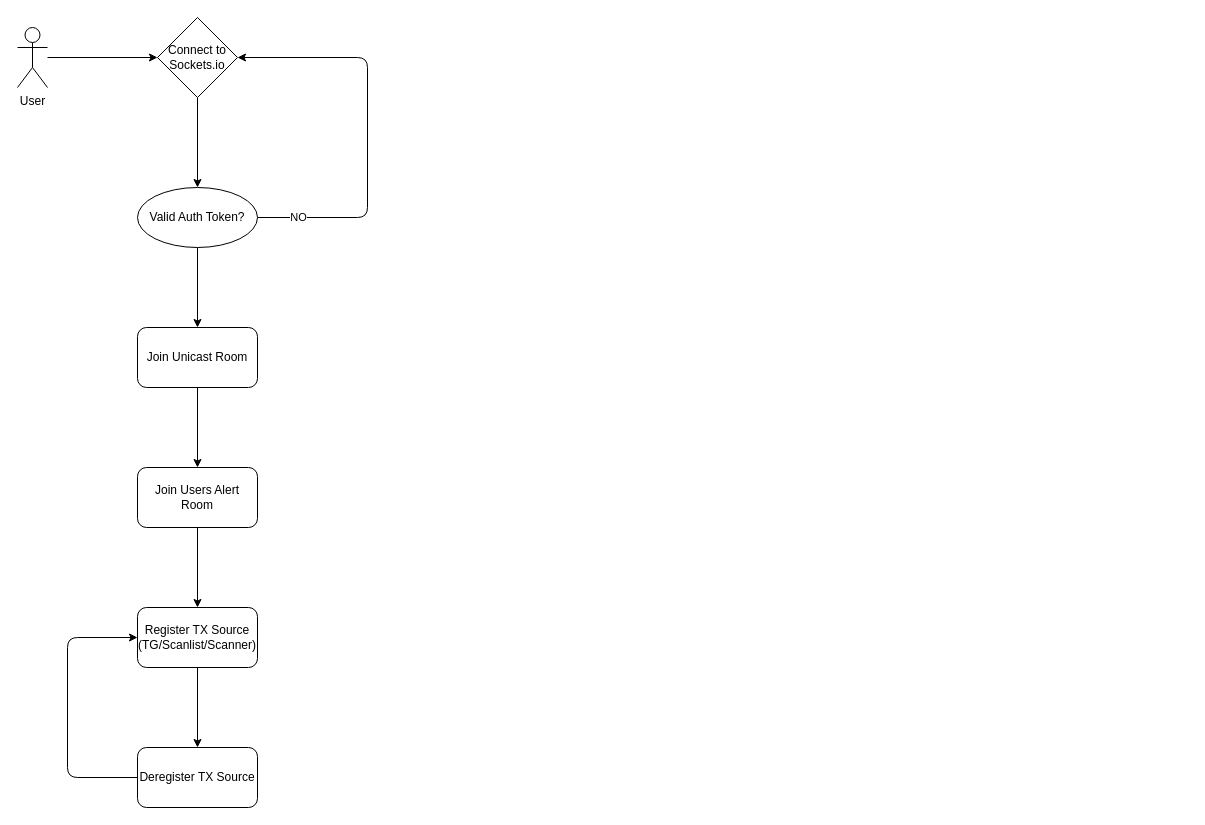
Above: TrunkPlayerNG-Sockets.drawio in Trunk-Player/Trunk-PlayerNG-Backend (draw.io), before the change. Source tidied: cells renumbered, new cells numbered last; positions are measured from the earlier drawing's top-left corner, leaving out a move shared by most shapes. Both pictures are drawn from the tidied source at 100%, with x=0, y=0 at pixel (17, 17).
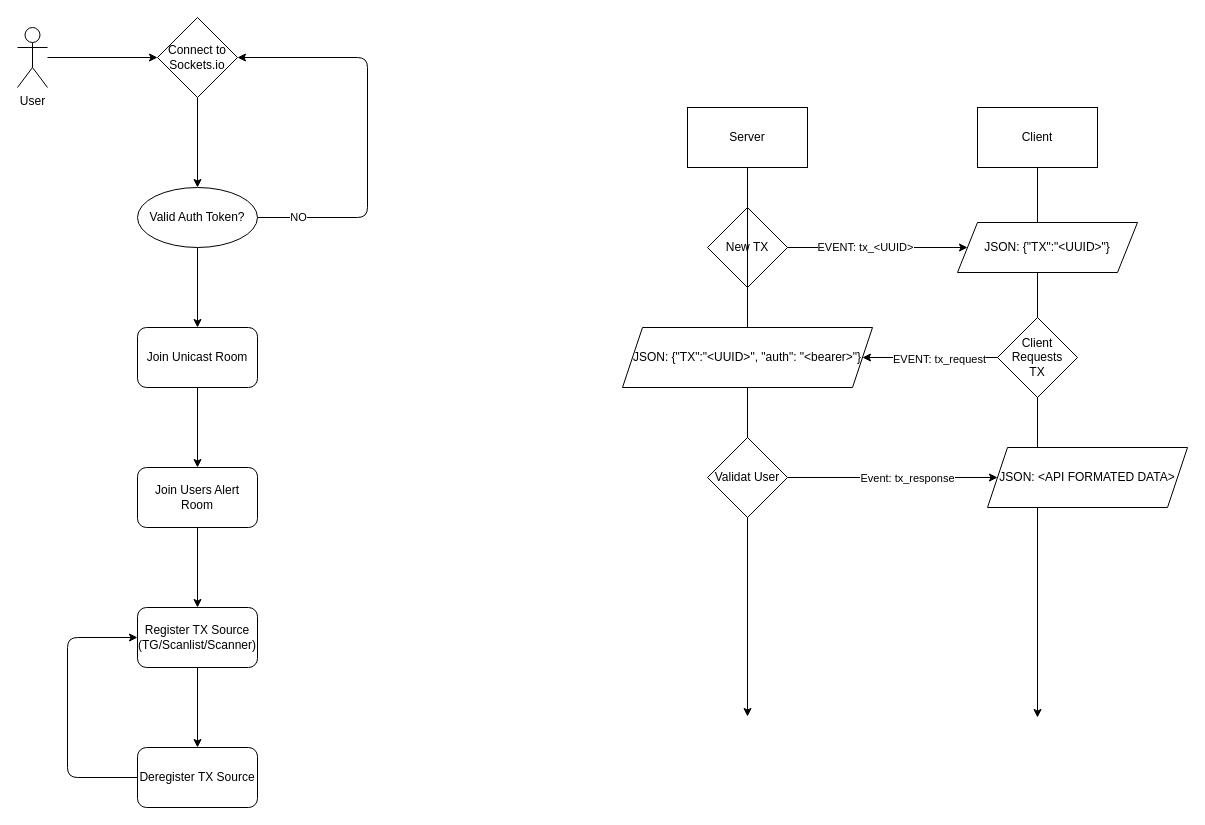
The same diagram, later.

Change to the diagram source:
```diff
@@
+    <mxCell id="18" style="rounded=0;whiteSpace=wrap;html=1;" parent="1" vertex="1">
+      <mxGeometry x="670" y="90" width="120" height="60" as="geometry" />
+    </mxCell>
+    <mxCell id="19" style="edgeStyle=none;html=1;startArrow=none;" parent="1" edge="1" source="30">
+      <mxGeometry relative="1" as="geometry">
+        <mxPoint x="730" y="699" as="targetPoint" />
+      </mxGeometry>
+    </mxCell>
+    <mxCell id="20" value="Server" style="rounded=0;whiteSpace=wrap;html=1;" parent="1" vertex="1">
+      <mxGeometry x="670" y="90" width="120" height="60" as="geometry" />
+    </mxCell>
+    <mxCell id="21" style="edgeStyle=none;html=1;" parent="1" edge="1" source="22">
+      <mxGeometry relative="1" as="geometry">
+        <mxPoint x="1020" y="700" as="targetPoint" />
+      </mxGeometry>
+    </mxCell>
+    <mxCell id="22" value="Client" style="rounded=0;whiteSpace=wrap;html=1;" parent="1" vertex="1">
+      <mxGeometry x="960" y="90" width="120" height="60" as="geometry" />
+    </mxCell>
+    <mxCell id="23" style="edgeStyle=none;html=1;entryX=0;entryY=0.5;entryDx=0;entryDy=0;" parent="1" edge="1" source="25" target="26">
+      <mxGeometry relative="1" as="geometry" />
+    </mxCell>
+    <mxCell id="24" value="EVENT: tx_&amp;lt;UUID&amp;gt;" style="edgeLabel;html=1;align=center;verticalAlign=middle;" parent="23" vertex="1">
+      <mxGeometry x="-0.15" y="1" relative="1" as="geometry" />
+    </mxCell>
+    <mxCell id="25" value="New TX" style="rhombus;whiteSpace=wrap;html=1;" parent="1" vertex="1">
+      <mxGeometry x="690" y="190" width="80" height="80" as="geometry" />
+    </mxCell>
+    <mxCell id="26" value="JSON: {&quot;TX&quot;:&quot;&amp;lt;UUID&amp;gt;&quot;}" style="shape=parallelogram;perimeter=parallelogramPerimeter;whiteSpace=wrap;html=1;fixedSize=1;" parent="1" vertex="1">
+      <mxGeometry x="940" y="205" width="180" height="50" as="geometry" />
+    </mxCell>
+    <mxCell id="27" style="edgeStyle=none;html=1;entryX=1;entryY=0.5;entryDx=0;entryDy=0;" parent="1" edge="1" source="29" target="30">
+      <mxGeometry relative="1" as="geometry" />
+    </mxCell>
+    <mxCell id="28" value="EVENT: tx_request" style="edgeLabel;html=1;align=center;verticalAlign=middle;" parent="27" vertex="1">
+      <mxGeometry x="-0.12" y="1" relative="1" as="geometry" />
+    </mxCell>
+    <mxCell id="29" value="Client&lt;br&gt;Requests&lt;br&gt;TX" style="rhombus;whiteSpace=wrap;html=1;" parent="1" vertex="1">
+      <mxGeometry x="980" y="300" width="80" height="80" as="geometry" />
+    </mxCell>
+    <mxCell id="30" value="JSON: {&quot;TX&quot;:&quot;&amp;lt;UUID&amp;gt;&quot;, &quot;auth&quot;: &quot;&amp;lt;bearer&amp;gt;&quot;}" style="shape=parallelogram;perimeter=parallelogramPerimeter;whiteSpace=wrap;html=1;fixedSize=1;" parent="1" vertex="1">
+      <mxGeometry x="605" y="310" width="250" height="60" as="geometry" />
+    </mxCell>
+    <mxCell id="31" style="edgeStyle=none;html=1;endArrow=none;" parent="1" edge="1" source="20" target="30">
+      <mxGeometry relative="1" as="geometry" />
+    </mxCell>
+    <mxCell id="32" style="edgeStyle=none;html=1;" parent="1" edge="1" source="34">
+      <mxGeometry relative="1" as="geometry">
+        <mxPoint x="980" y="460" as="targetPoint" />
+      </mxGeometry>
+    </mxCell>
+    <mxCell id="33" value="Event: tx_response" style="edgeLabel;html=1;align=center;verticalAlign=middle;" parent="32" vertex="1">
+      <mxGeometry x="0.13" relative="1" as="geometry" />
+    </mxCell>
+    <mxCell id="34" value="Validat User" style="rhombus;whiteSpace=wrap;html=1;" parent="1" vertex="1">
+      <mxGeometry x="690" y="420" width="80" height="80" as="geometry" />
+    </mxCell>
+    <mxCell id="35" value="JSON: &amp;lt;API FORMATED DATA&amp;gt;" style="shape=parallelogram;perimeter=parallelogramPerimeter;whiteSpace=wrap;html=1;fixedSize=1;" parent="1" vertex="1">
+      <mxGeometry x="970" y="430" width="200" height="60" as="geometry" />
+    </mxCell>
```
